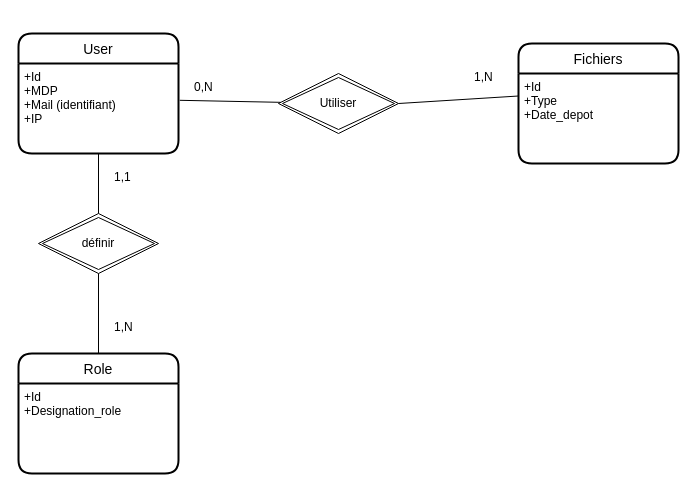
This is MCD.Drawio from ElphP/Appli-EPRD_Drive_API, a draw.io file, before an edit. Source tidied: cells renumbered, new cells numbered last; positions are measured from the earlier drawing's top-left corner, leaving out a move shared by most shapes. Both pictures are drawn from the tidied source at 100%, with x=0, y=0 at pixel (18, 33).
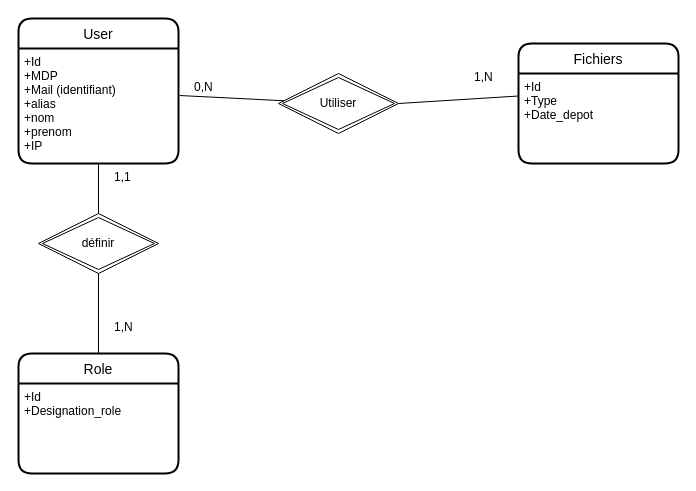
After the change.

What changed in the source:
```diff
@@
 <mxGraphModel>
   <root>
     <mxCell id="0" />
     <mxCell id="1" parent="0" />
     <mxCell id="2" value="User" style="swimlane;horizontal=1;startSize=30;rounded=1;fontSize=14;fontStyle=0;strokeWidth=2;shadow=0;dashed=0;align=center;" parent="1" vertex="1">
-      <mxGeometry width="160" height="120" as="geometry" />
+      <mxGeometry y="-15" width="160" height="145" as="geometry" />
     </mxCell>
-    <mxCell id="3" value="+Id&#10;+MDP&#10;+Mail (identifiant)&#10;+IP" style="align=left;strokeColor=none;fillColor=none;spacingLeft=4;fontSize=12;verticalAlign=top;" parent="2" vertex="1">
-      <mxGeometry y="30" width="160" height="90" as="geometry" />
+    <mxCell id="3" value="+Id&#10;+MDP&#10;+Mail (identifiant)&#10;+alias&#10;+nom&#10;+prenom&#10;+IP&#10;" style="align=left;strokeColor=none;fillColor=none;spacingLeft=4;fontSize=12;verticalAlign=top;" parent="2" vertex="1">
+      <mxGeometry y="30" width="160" height="115" as="geometry" />
     </mxCell>
     <mxCell id="4" value="Fichiers" style="swimlane;horizontal=1;startSize=30;rounded=1;fontSize=14;fontStyle=0;strokeWidth=2;shadow=0;dashed=0;align=center;" parent="1" vertex="1">
       <mxGeometry x="500" y="10" width="160" height="120" as="geometry" />
     </mxCell>
     <mxCell id="5" value="+Id&#10;+Type&#10;+Date_depot" style="align=left;strokeColor=none;fillColor=none;spacingLeft=4;fontSize=12;verticalAlign=top;" parent="4" vertex="1">
       <mxGeometry y="30" width="160" height="90" as="geometry" />
     </mxCell>
     <mxCell id="6" value="Role" style="swimlane;horizontal=1;startSize=30;rounded=1;fontSize=14;fontStyle=0;strokeWidth=2;shadow=0;dashed=0;align=center;" parent="1" vertex="1">
       <mxGeometry y="320" width="160" height="120" as="geometry" />
     </mxCell>
     <mxCell id="7" value="+Id&#10;+Designation_role&#10;" style="align=left;strokeColor=none;fillColor=none;spacingLeft=4;fontSize=12;verticalAlign=top;" parent="6" vertex="1">
       <mxGeometry y="30" width="160" height="90" as="geometry" />
     </mxCell>
     <mxCell id="8" value="définir" style="shape=rhombus;double=1;perimeter=rhombusPerimeter;whiteSpace=wrap;html=1;align=center;" parent="1" vertex="1">
       <mxGeometry x="20" y="180" width="120" height="60" as="geometry" />
     </mxCell>
     <mxCell id="9" style="endArrow=none;html=1;rounded=0;exitX=0.5;exitY=0;exitDx=0;exitDy=0;entryX=0.5;entryY=1;entryDx=0;entryDy=0;" parent="1" edge="1" source="6" target="8">
       <mxGeometry relative="1" as="geometry" />
     </mxCell>
     <mxCell id="10" style="endArrow=none;html=1;rounded=0;exitX=0.5;exitY=0;exitDx=0;exitDy=0;entryX=0.5;entryY=1;entryDx=0;entryDy=0;" parent="1" edge="1" source="8" target="3">
       <mxGeometry relative="1" as="geometry" />
     </mxCell>
     <mxCell id="11" value="1,1" style="text;strokeColor=none;fillColor=none;align=left;verticalAlign=top;spacingLeft=4;spacingRight=4;overflow=hidden;whiteSpace=wrap;html=1;" parent="1" vertex="1">
       <mxGeometry x="90" y="130" width="60" height="26" as="geometry" />
     </mxCell>
     <mxCell id="12" value="1,N" style="text;strokeColor=none;fillColor=none;spacingLeft=4;spacingRight=4;overflow=hidden;fontSize=12;" parent="1" vertex="1">
       <mxGeometry x="90" y="280" width="40" height="30" as="geometry" />
     </mxCell>
     <mxCell id="13" value="Utiliser" style="shape=rhombus;double=1;perimeter=rhombusPerimeter;whiteSpace=wrap;html=1;align=center;" parent="1" vertex="1">
       <mxGeometry x="260" y="40" width="120" height="60" as="geometry" />
     </mxCell>
     <mxCell id="14" style="endArrow=none;html=1;rounded=0;exitX=1.008;exitY=0.409;exitDx=0;exitDy=0;exitPerimeter=0;" parent="1" edge="1" source="3" target="13">
       <mxGeometry relative="1" as="geometry" />
     </mxCell>
     <mxCell id="15" style="endArrow=none;html=1;rounded=0;exitX=1;exitY=0.5;exitDx=0;exitDy=0;entryX=0;entryY=0.25;entryDx=0;entryDy=0;" parent="1" edge="1" source="13" target="5">
       <mxGeometry relative="1" as="geometry" />
     </mxCell>
     <mxCell id="16" value="1,N" style="text;strokeColor=none;fillColor=none;spacingLeft=4;spacingRight=4;overflow=hidden;fontSize=12;" parent="1" vertex="1">
       <mxGeometry x="450" y="30" width="40" height="30" as="geometry" />
     </mxCell>
     <mxCell id="17" value="0,N" style="text;strokeColor=none;fillColor=none;spacingLeft=4;spacingRight=4;overflow=hidden;fontSize=12;" parent="1" vertex="1">
       <mxGeometry x="170" y="40" width="40" height="30" as="geometry" />
     </mxCell>
   </root>
 </mxGraphModel>
```
